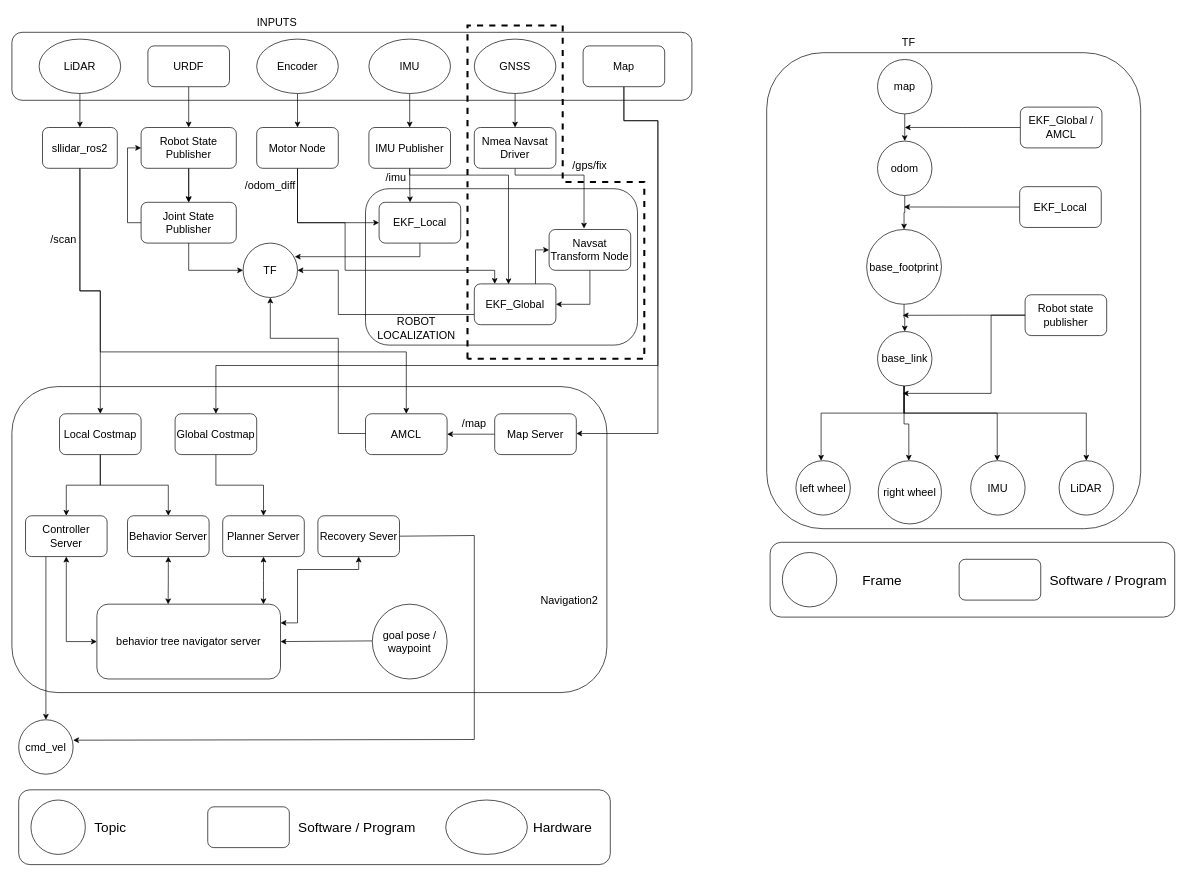
The draw.io diagram navigation.drawio in adands/eddiebot_ros2-backup, before the edit. Source tidied: cells renumbered, new cells numbered last; positions are measured from the earlier drawing's top-left corner, leaving out a move shared by most shapes. Both pictures are drawn from the tidied source at 68%, with x=0, y=0 at pixel (12, 12).
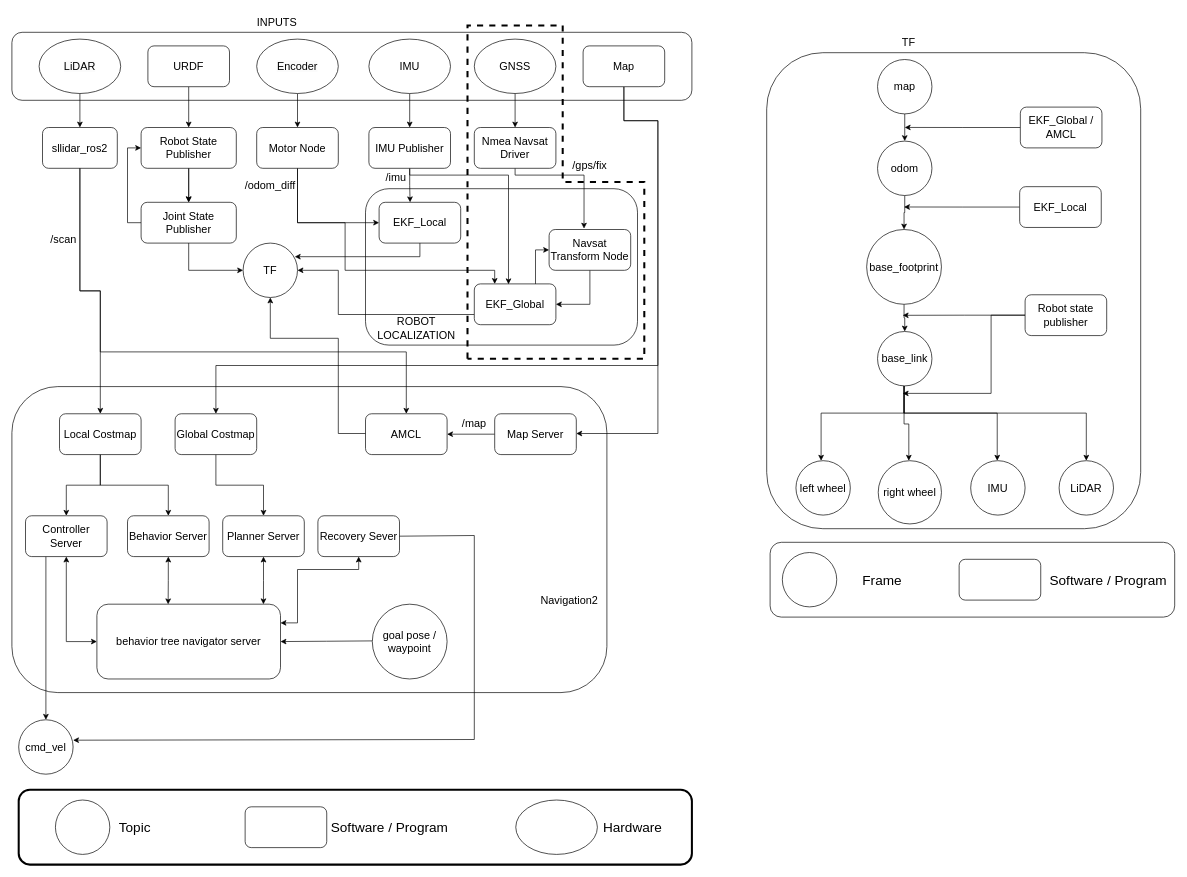
After the change.

The edit, as a diff of the source:
```diff
@@
-    <mxCell id="92" style="rounded=1;whiteSpace=wrap;html=1;" parent="1" vertex="1">
-      <mxGeometry x="10" y="1144" width="870" height="110" as="geometry" />
+    <mxCell id="92" style="rounded=1;whiteSpace=wrap;html=1;strokeWidth=3;" parent="1" vertex="1">
+      <mxGeometry x="10" y="1144" width="990" height="110" as="geometry" />
     </mxCell>
     <mxCell id="93" style="ellipse;whiteSpace=wrap;html=1;rounded=1;fontSize=16;" parent="1" vertex="1">
-      <mxGeometry x="28" y="1159" width="80" height="80" as="geometry" />
+      <mxGeometry x="64" y="1159" width="80" height="80" as="geometry" />
     </mxCell>
     <mxCell id="94" value="&lt;span style=&quot;font-size: 20px;&quot;&gt;Topic&lt;/span&gt;" style="text;html=1;align=center;verticalAlign=middle;whiteSpace=wrap;rounded=0;fontSize=16;" parent="1" vertex="1">
-      <mxGeometry x="90" y="1184" width="110" height="30" as="geometry" />
+      <mxGeometry x="126" y="1184" width="110" height="30" as="geometry" />
     </mxCell>
     <mxCell id="95" style="rounded=1;whiteSpace=wrap;html=1;fontSize=16;" parent="1" vertex="1">
-      <mxGeometry x="288" y="1169" width="120" height="60" as="geometry" />
+      <mxGeometry x="343" y="1169" width="120" height="60" as="geometry" />
     </mxCell>
     <mxCell id="96" value="&lt;font style=&quot;font-size: 20px;&quot;&gt;Software / Program&lt;/font&gt;" style="text;html=1;align=center;verticalAlign=middle;whiteSpace=wrap;rounded=0;fontSize=16;" parent="1" vertex="1">
-      <mxGeometry x="420" y="1184" width="175" height="30" as="geometry" />
+      <mxGeometry x="468" y="1184" width="175" height="30" as="geometry" />
     </mxCell>
     <mxCell id="97" style="ellipse;whiteSpace=wrap;html=1;" parent="1" vertex="1">
-      <mxGeometry x="638" y="1159" width="120" height="80" as="geometry" />
+      <mxGeometry x="741" y="1159" width="120" height="80" as="geometry" />
     </mxCell>
     <mxCell id="98" value="&lt;span style=&quot;font-size: 20px;&quot;&gt;Hardware&lt;/span&gt;" style="text;html=1;align=center;verticalAlign=middle;whiteSpace=wrap;rounded=0;fontSize=16;" parent="1" vertex="1">
-      <mxGeometry x="765" y="1184" width="90" height="30" as="geometry" />
+      <mxGeometry x="868" y="1184" width="90" height="30" as="geometry" />
     </mxCell>
```
